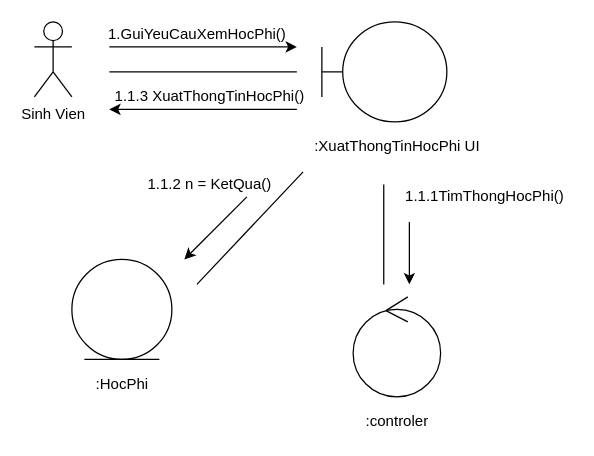
This is U12 Tron.drawio from haihak/haihak, a draw.io file, before an edit. Source tidied: cells renumbered, new cells numbered last; positions are measured from the earlier drawing's top-left corner, leaving out a move shared by most shapes. Both pictures are drawn from the tidied source at 125%, with x=0, y=0 at pixel (34, 21).
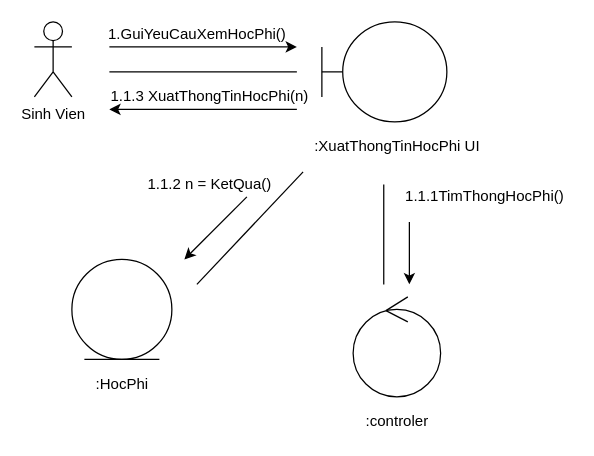
The same page after the edit.

Change to the diagram source:
```diff
@@
-    <mxCell id="8" value="1.1.3 XuatThongTinHocPhi()" style="text;html=1;align=center;verticalAlign=middle;strokeColor=none;fillColor=none;" parent="1" vertex="1">
+    <mxCell id="8" value="1.1.3 XuatThongTinHocPhi(n)" style="text;html=1;align=center;verticalAlign=middle;strokeColor=none;fillColor=none;" parent="1" vertex="1">
       <mxGeometry x="55" y="50" width="170" height="20" as="geometry" />
     </mxCell>
```
